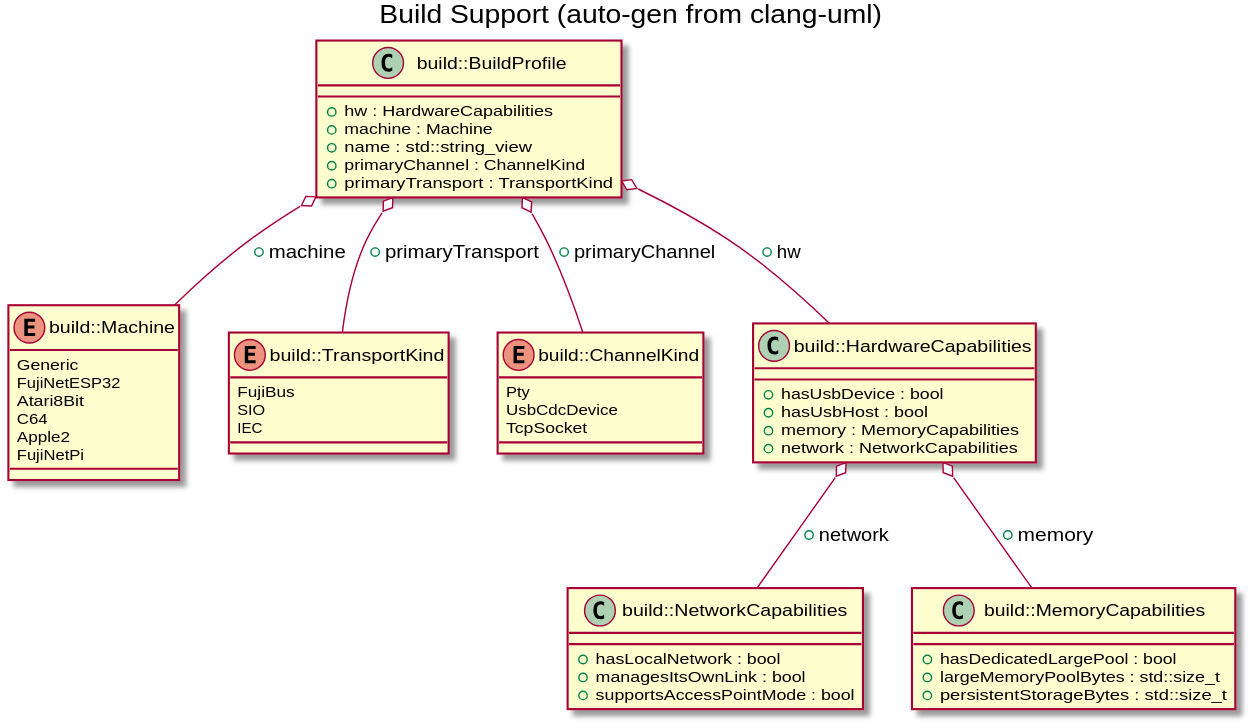
Earlier version of the PlantUML export docs/images/gen_build_support.svg (markjfisher/fujinet-nio).
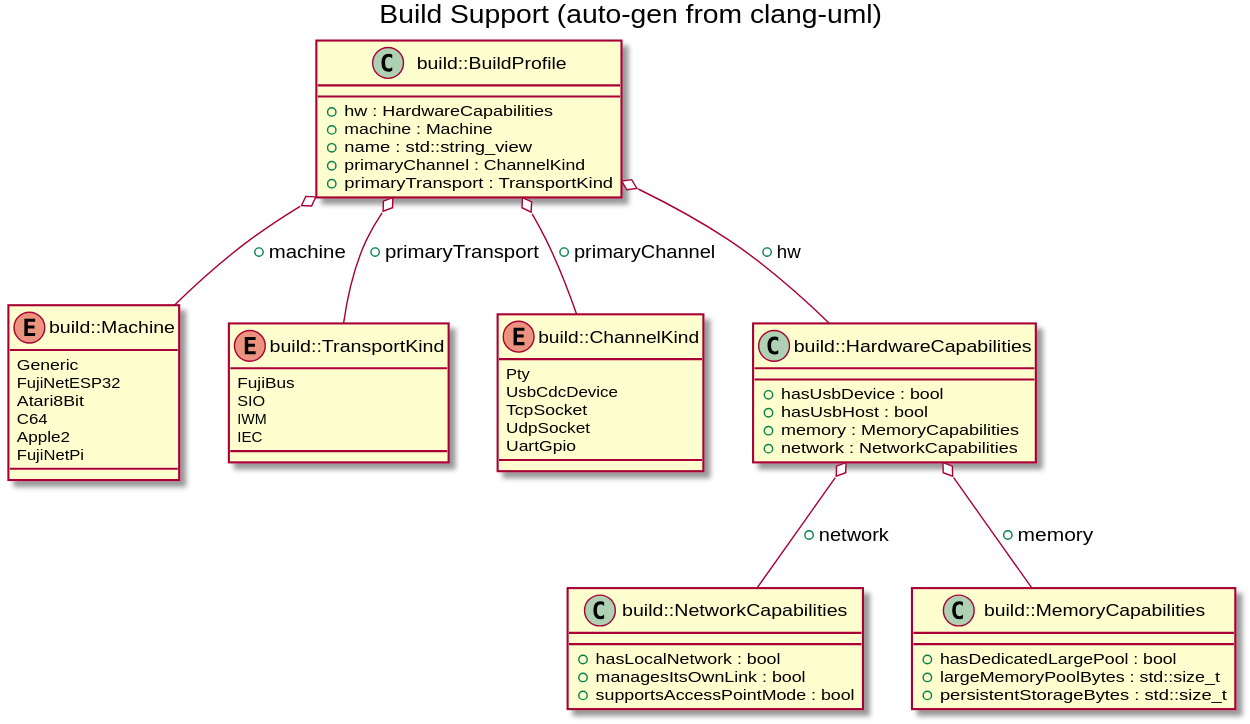
After the commit.

What changed in the source:
```diff
@@ -13,6 +13,7 @@
 enum C_0002950475094340712788 {
 FujiBus
 SIO
+IWM
 IEC
 }
 enum "build::ChannelKind" as C_0018157593848838900415
@@ -20,6 +21,8 @@
 Pty
 UsbCdcDevice
 TcpSocket
+UdpSocket
+UartGpio
 }
 class "build::NetworkCapabilities" as C_0008019720847980173585
 class C_0008019720847980173585 {
```
